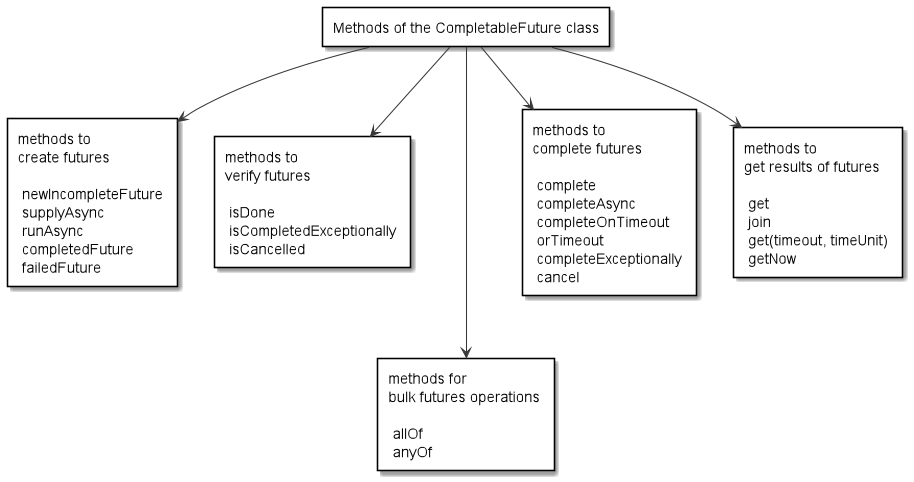
The PlantUML diagram images/methods_of_the_CompletableFuture_class.png in ti-cortex-m4/demo-java-completablefuture, before a commit.
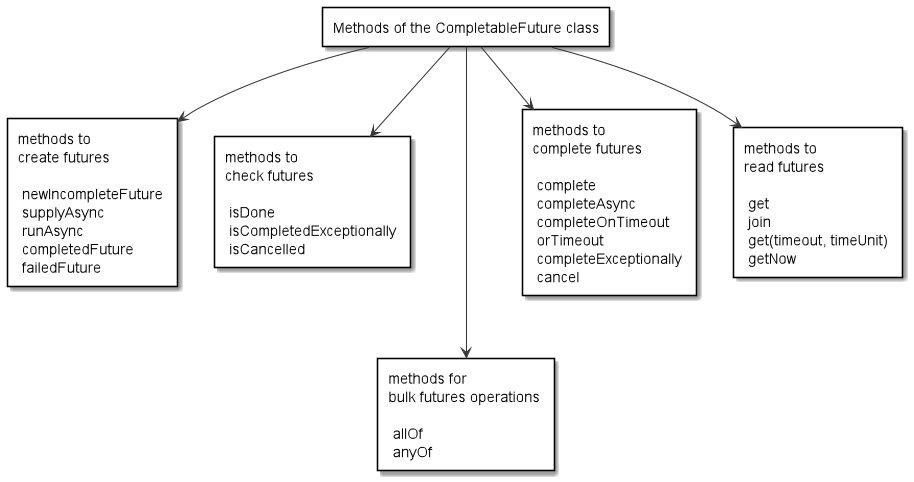
Later version of the same file.

What changed in the source:
```diff
@@ -6,10 +6,10 @@
 
 rectangle "Methods of the CompletableFuture class" as Methods
 rectangle "methods to\ncreate futures \n\n newIncompleteFuture \n supplyAsync \n runAsync \n completedFuture \n failedFuture" as methods1
-rectangle "methods to\nverify futures \n\n isDone \n isCompletedExceptionally \n isCancelled" as methods2
+rectangle "methods to\ncheck futures \n\n isDone \n isCompletedExceptionally \n isCancelled" as methods2
 rectangle "methods for\nbulk futures operations \n\n allOf \n anyOf" as methods5
 rectangle "methods to\ncomplete futures \n\n complete \n completeAsync \n completeOnTimeout \n orTimeout \n completeExceptionally \n cancel" as methods3
-rectangle "methods to\nget results of futures \n\n get \n join \n get(timeout, timeUnit) \n getNow" as methods4
+rectangle "methods to\nread futures \n\n get \n join \n get(timeout, timeUnit) \n getNow" as methods4
 
 Methods --> methods1
 Methods --> methods2
```
